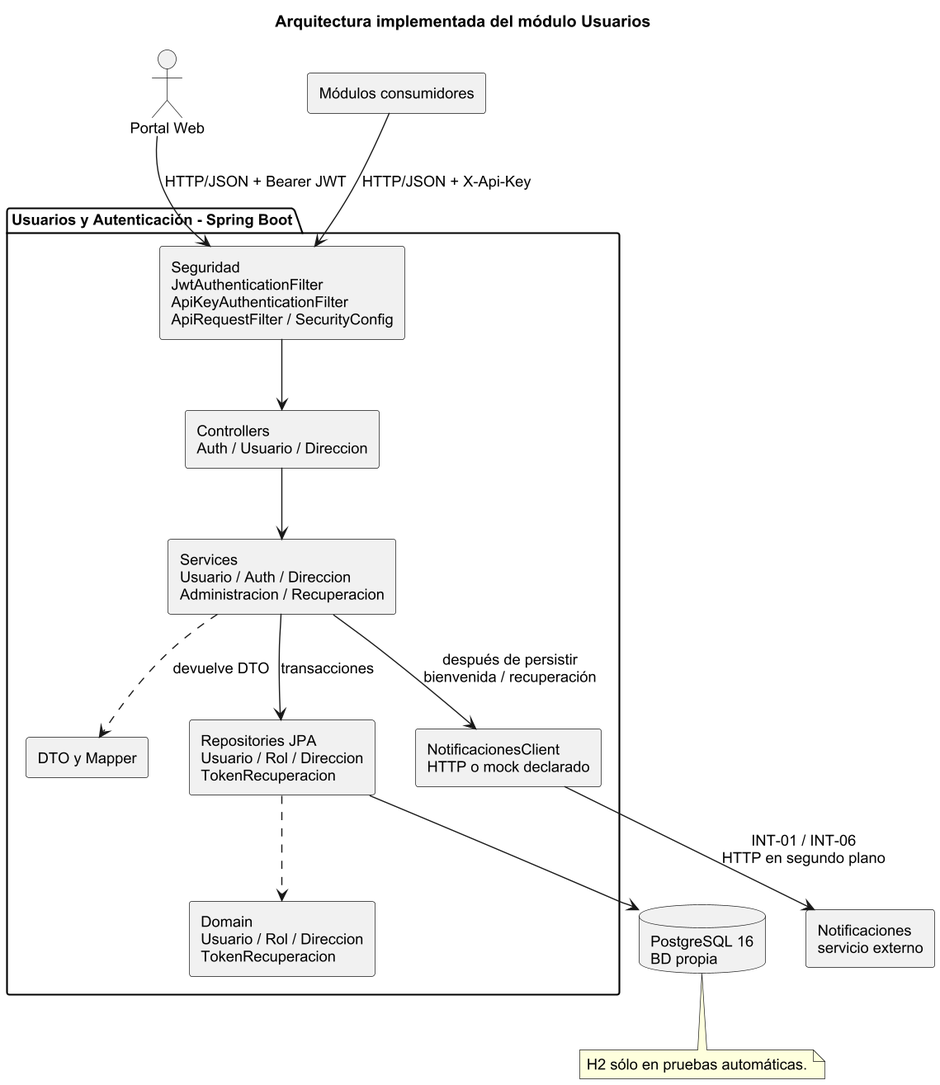
Earlier version of the PlantUML export doc/Diagramas/arquitectura.png (CarlaGorgal2002/deliverygo-usuarios-auth).
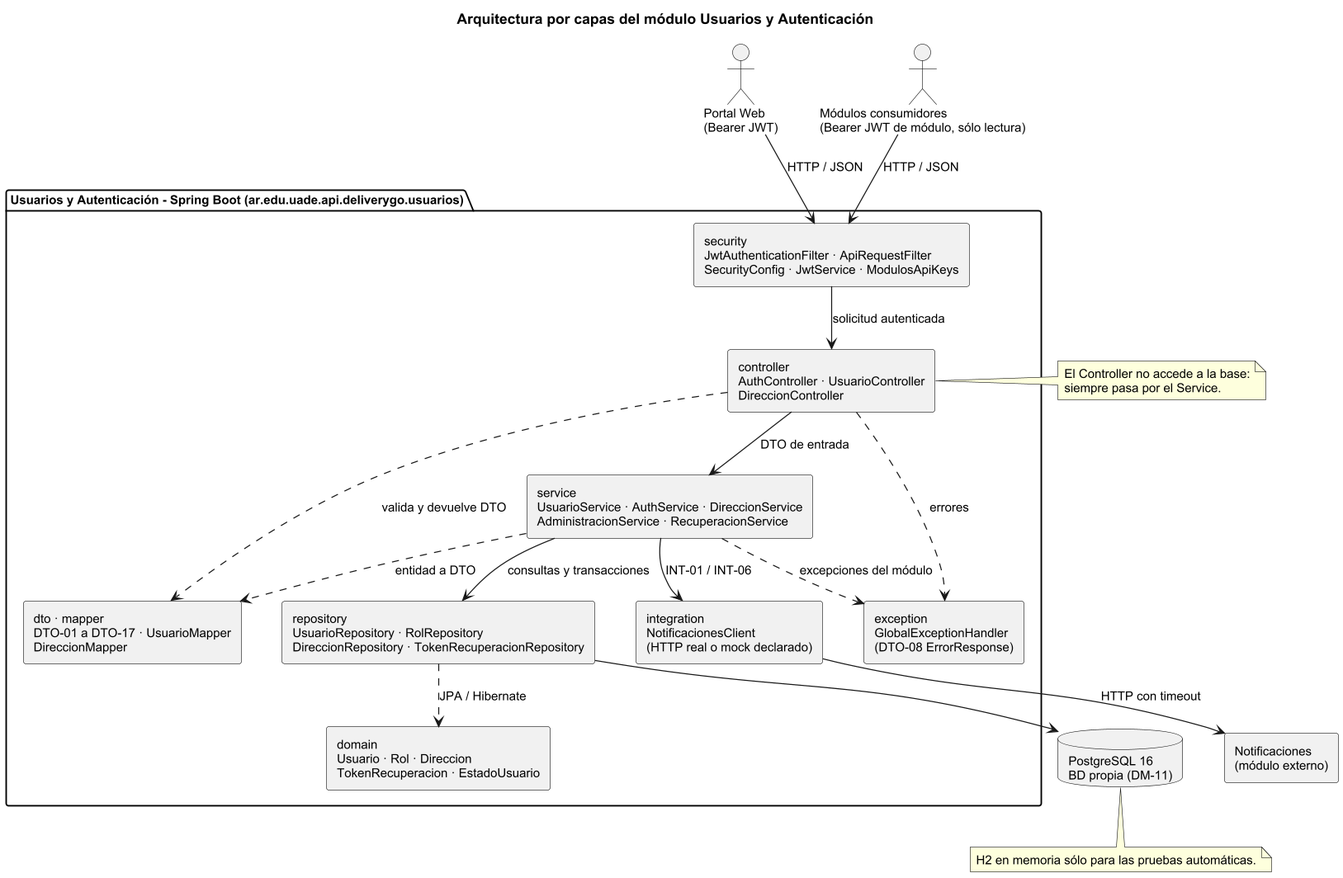
The same diagram one commit later.

The edit, as a diff of the source:
```diff
@@ -1,33 +1,44 @@
 @startuml arquitectura
-skinparam dpi 135
+skinparam dpi 120
 skinparam shadowing false
 skinparam defaultFontName Arial
-skinparam defaultFontSize 13
-skinparam sequenceMessageAlign center
-title Arquitectura implementada del módulo Usuarios
+skinparam defaultFontSize 12
 skinparam componentStyle rectangle
-actor "Portal Web" as Portal
-component "Módulos consumidores" as Mods
-package "Usuarios y Autenticación - Spring Boot" {
- [Seguridad\nJwtAuthenticationFilter\nApiKeyAuthenticationFilter\nApiRequestFilter / SecurityConfig] as Sec
- [Controllers\nAuth / Usuario / Direccion] as Ctrl
- [Services\nUsuario / Auth / Direccion\nAdministracion / Recuperacion] as Srv
- [DTO y Mapper] as Dto
- [Repositories JPA\nUsuario / Rol / Direccion\nTokenRecuperacion] as Rep
- [Domain\nUsuario / Rol / Direccion\nTokenRecuperacion] as Dom
- [NotificacionesClient\nHTTP o mock declarado] as Int
+skinparam nodesep 40
+skinparam ranksep 45
+title Arquitectura por capas del módulo Usuarios y Autenticación
+
+actor "Portal Web\n(Bearer JWT)" as Portal
+actor "Módulos consumidores\n(Bearer JWT de módulo, sólo lectura)" as Mods
+
+package "Usuarios y Autenticación - Spring Boot (ar.edu.uade.api.deliverygo.usuarios)" {
+  component "security\nJwtAuthenticationFilter · ApiRequestFilter\nSecurityConfig · JwtService · ModulosApiKeys" as Sec
+  component "controller\nAuthController · UsuarioController\nDireccionController" as Ctrl
+  component "dto · mapper\nDTO-01 a DTO-17 · UsuarioMapper\nDireccionMapper" as Dto
+  component "service\nUsuarioService · AuthService · DireccionService\nAdministracionService · RecuperacionService" as Srv
+  component "repository\nUsuarioRepository · RolRepository\nDireccionRepository · TokenRecuperacionRepository" as Rep
+  component "domain\nUsuario · Rol · Direccion\nTokenRecuperacion · EstadoUsuario" as Dom
+  component "integration\nNotificacionesClient\n(HTTP real o mock declarado)" as Int
+  component "exception\nGlobalExceptionHandler\n(DTO-08 ErrorResponse)" as Exc
 }
-database "PostgreSQL 16\nBD propia" as BD
-component "Notificaciones\nservicio externo" as Notif
-Portal --> Sec : HTTP/JSON + Bearer JWT
-Mods --> Sec : HTTP/JSON + X-Api-Key
-Sec --> Ctrl
-Ctrl --> Srv
-Srv ..> Dto : devuelve DTO
-Srv --> Rep : transacciones
-Rep ..> Dom
-Rep --> BD
-Srv --> Int : después de persistir\nbienvenida / recuperación
-Int --> Notif : INT-01 / INT-06\nHTTP en segundo plano
-note bottom of BD : H2 sólo en pruebas automáticas.
+
+database "PostgreSQL 16\nBD propia (DM-11)" as DB
+component "Notificaciones\n(módulo externo)" as Notif
+
+Portal --> Sec : HTTP / JSON
+Mods --> Sec : HTTP / JSON
+Sec --> Ctrl : solicitud autenticada
+Ctrl --> Srv : DTO de entrada
+Ctrl ..> Dto : valida y devuelve DTO
+Srv --> Rep : consultas y transacciones
+Srv ..> Dto : entidad a DTO
+Srv --> Int : INT-01 / INT-06
+Rep ..> Dom : JPA / Hibernate
+Rep --> DB
+Int --> Notif : HTTP con timeout
+Ctrl ..> Exc : errores
+Srv ..> Exc : excepciones del módulo
+
+note bottom of DB : H2 en memoria sólo para las pruebas automáticas.
+note right of Ctrl : El Controller no accede a la base:\nsiempre pasa por el Service.
 @enduml
```
